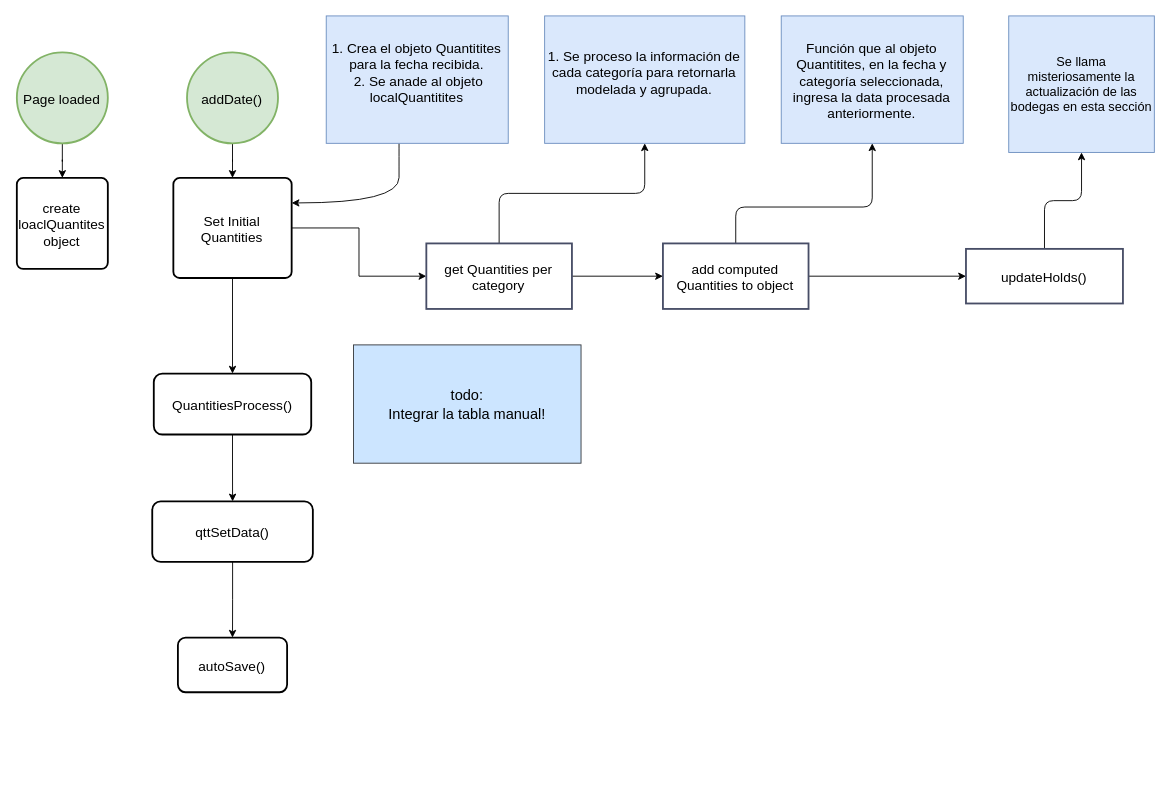
brianaqp/diagrams keeps this draw.io diagram as quantitites.drawio. Above is the earlier version. Source tidied: cells renumbered, new cells numbered last; positions are measured from the earlier drawing's top-left corner, leaving out a move shared by most shapes. Both pictures are drawn from the tidied source at 91%, with x=0, y=0 at pixel (16, 15).
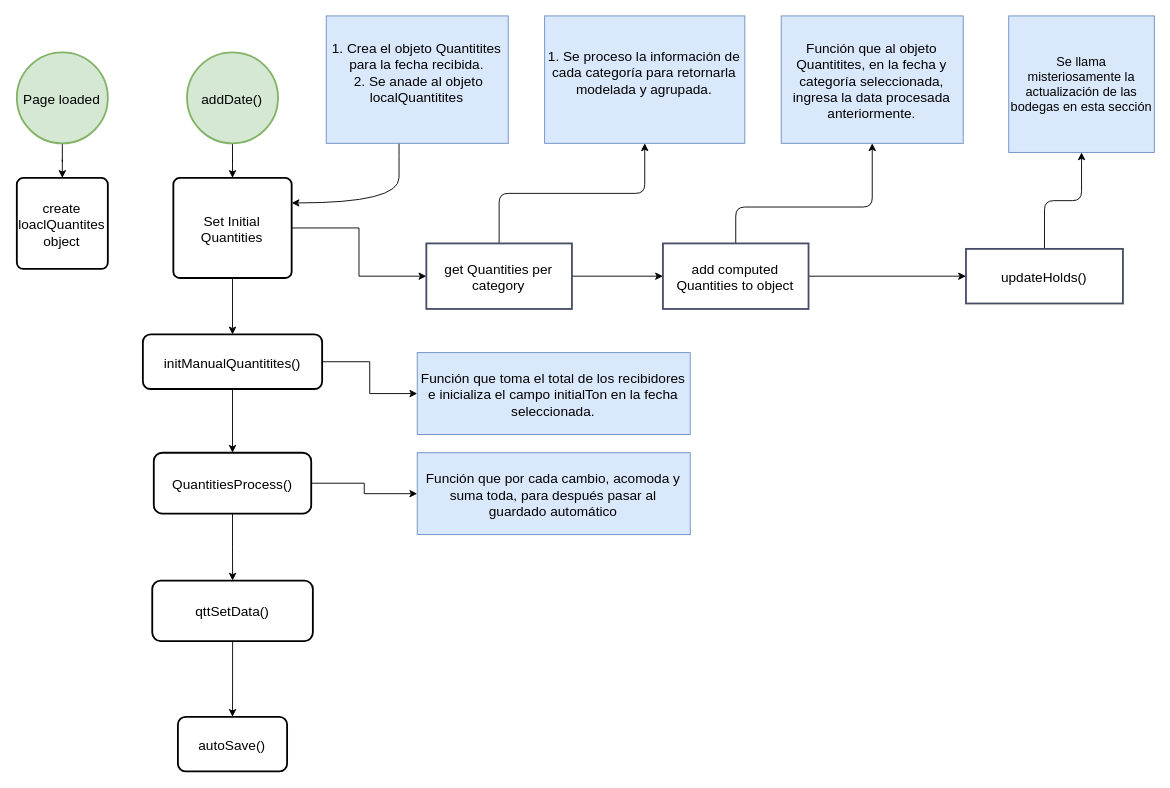
Above is the later version.

The change refers to these unchanged cells:
```xml
<mxCell id="19" value="Set Initial Quantities" style="rounded=1;absoluteArcSize=1;arcSize=14;strokeWidth=2;fontFamily=Helvetica;fontStyle=0;fontSize=15;labelPosition=center;verticalLabelPosition=middle;align=center;verticalAlign=middle;fontColor=default;labelBackgroundColor=none;labelBorderColor=none;whiteSpace=wrap;html=1;spacingTop=1;spacing=6;spacingLeft=-1;spacingBottom=0;spacingRight=0;" parent="1" vertex="1">
  <mxGeometry x="172" y="178" width="130" height="110" as="geometry" />
</mxCell>
```

Diff of the diagram source:
```diff
@@
-    <mxCell id="18" style="edgeStyle=orthogonalEdgeStyle;rounded=0;jettySize=auto;html=1;" parent="1" edge="1" source="19" target="24">
-      <mxGeometry relative="1" as="geometry" />
-    </mxCell>
+    <mxCell id="29" style="edgeStyle=orthogonalEdgeStyle;rounded=0;jettySize=auto;html=1;" parent="1" edge="1" source="19" target="33">
+      <mxGeometry relative="1" as="geometry" />
+    </mxCell>
@@
+    <mxCell id="30" style="edgeStyle=orthogonalEdgeStyle;rounded=0;jettySize=auto;html=1;entryX=0;entryY=0.5;entryDx=0;entryDy=0;" parent="1" edge="1" source="24" target="35">
+      <mxGeometry relative="1" as="geometry" />
+    </mxCell>
     <mxCell id="24" value="QuantitiesProcess()" style="whiteSpace=wrap;html=1;fontSize=15;rounded=1;arcSize=14;strokeWidth=2;fontStyle=0;labelBackgroundColor=none;labelBorderColor=none;spacingTop=1;spacing=6;spacingLeft=-1;spacingBottom=0;spacingRight=0;" parent="1" vertex="1">
-      <mxGeometry x="150.5" y="393" width="173" height="67" as="geometry" />
+      <mxGeometry x="150.5" y="480" width="173" height="67" as="geometry" />
     </mxCell>
@@
     <mxCell id="26" value="qttSetData()" style="whiteSpace=wrap;html=1;fontSize=15;rounded=1;arcSize=14;strokeWidth=2;fontStyle=0;labelBackgroundColor=none;labelBorderColor=none;spacingTop=1;spacing=6;spacingLeft=-1;spacingBottom=0;spacingRight=0;" parent="1" vertex="1">
-      <mxGeometry x="148.8" y="533.5" width="176.5" height="66.5" as="geometry" />
+      <mxGeometry x="148.8" y="620.5" width="176.5" height="66.5" as="geometry" />
     </mxCell>
     <mxCell id="27" value="autoSave()" style="whiteSpace=wrap;html=1;fontSize=15;rounded=1;arcSize=14;strokeWidth=2;fontStyle=0;labelBackgroundColor=none;labelBorderColor=none;spacingTop=1;spacing=6;spacingLeft=-1;spacingBottom=0;spacingRight=0;" parent="1" vertex="1">
-      <mxGeometry x="177" y="683.2" width="120" height="60" as="geometry" />
+      <mxGeometry x="177" y="770.2" width="120" height="60" as="geometry" />
     </mxCell>
-    <mxCell id="28" value="todo:&lt;br style=&quot;font-size: 16px;&quot;&gt;Integrar la tabla manual!" style="rounded=0;whiteSpace=wrap;html=1;fontSize=16;fillColor=#cce5ff;strokeColor=#36393d;" parent="1" vertex="1">
-      <mxGeometry x="370" y="361.5" width="250" height="130" as="geometry" />
-    </mxCell>
+    <mxCell id="31" style="edgeStyle=orthogonalEdgeStyle;rounded=0;jettySize=auto;html=1;" parent="1" edge="1" source="33" target="24">
+      <mxGeometry relative="1" as="geometry" />
+    </mxCell>
+    <mxCell id="32" style="edgeStyle=orthogonalEdgeStyle;rounded=0;jettySize=auto;html=1;entryX=0;entryY=0.5;entryDx=0;entryDy=0;" parent="1" edge="1" source="33" target="34">
+      <mxGeometry relative="1" as="geometry" />
+    </mxCell>
+    <mxCell id="33" value="initManualQuantitites()" style="whiteSpace=wrap;html=1;fontSize=15;rounded=1;arcSize=14;strokeWidth=2;fontStyle=0;labelBackgroundColor=none;labelBorderColor=none;spacingTop=1;spacing=6;spacingLeft=-1;spacingBottom=0;spacingRight=0;" parent="1" vertex="1">
+      <mxGeometry x="138.5" y="350" width="197" height="60" as="geometry" />
+    </mxCell>
+    <mxCell id="34" value="Función que toma el total de los recibidores e inicializa el campo initialTon en la fecha seleccionada." style="rounded=0;fontFamily=Helvetica;fontStyle=0;fontSize=15;labelPosition=center;verticalLabelPosition=middle;align=center;verticalAlign=middle;labelBackgroundColor=none;labelBorderColor=none;whiteSpace=wrap;html=1;spacingTop=1;spacing=6;spacingLeft=-1;spacingBottom=0;spacingRight=0;fillColor=#dae8fc;strokeColor=#6c8ebf;" parent="1" vertex="1">
+      <mxGeometry x="440" y="370" width="300" height="90" as="geometry" />
+    </mxCell>
+    <mxCell id="35" value="Función que por cada cambio, acomoda y suma toda, para después pasar al guardado automático" style="rounded=0;fontFamily=Helvetica;fontStyle=0;fontSize=15;labelPosition=center;verticalLabelPosition=middle;align=center;verticalAlign=middle;labelBackgroundColor=none;labelBorderColor=none;whiteSpace=wrap;html=1;spacingTop=1;spacing=6;spacingLeft=-1;spacingBottom=0;spacingRight=0;fillColor=#dae8fc;strokeColor=#6c8ebf;" parent="1" vertex="1">
+      <mxGeometry x="440" y="480" width="300" height="90" as="geometry" />
+    </mxCell>
```
